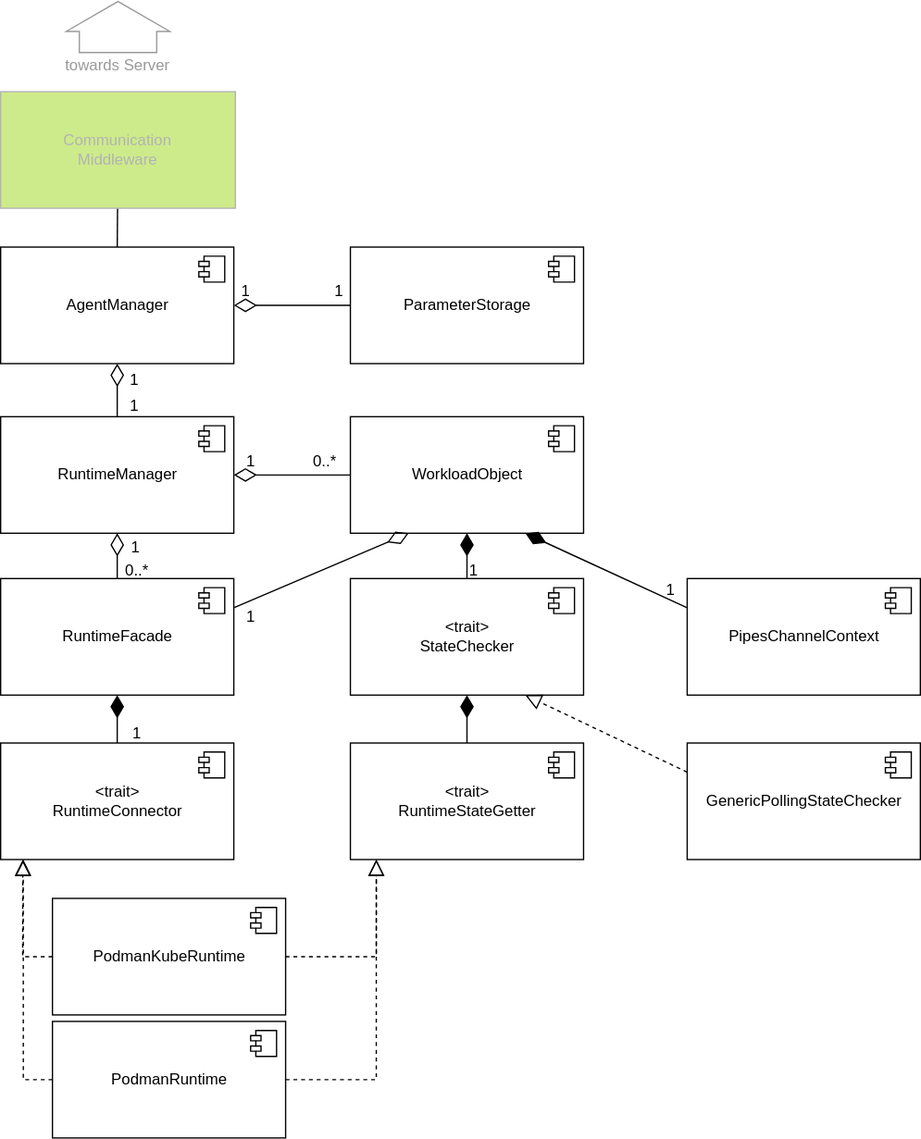
The draw.io diagram agent/doc/swdesign/drawio/unit_overview.drawio.svg in eclipse-ankaios/ankaios, before a commit. Source tidied: cells renumbered, new cells last; positions are measured from the earlier drawing's top-left corner, leaving out a move shared by most shapes.
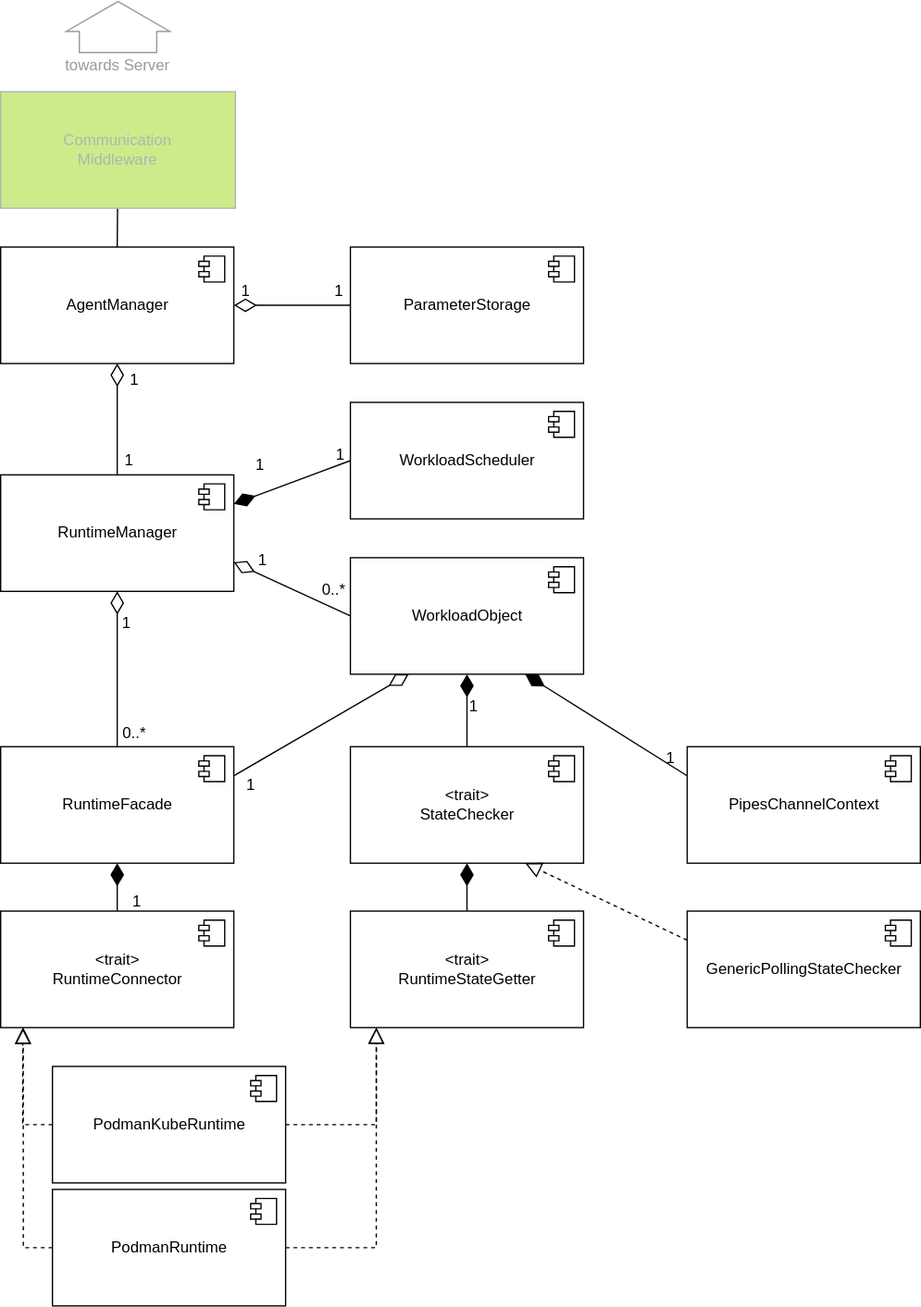
Above is the later version.

Commit message:
Add workload scheduler to unit overview

Change to the diagram source:
```diff
@@ -3,7 +3,7 @@
     <mxCell id="0" />
     <mxCell id="1" parent="0" />
     <mxCell id="2" value="AgentManager" style="html=1;" parent="1" vertex="1">
-      <mxGeometry y="210" width="180" height="90" as="geometry" />
+      <mxGeometry x="20" y="90" width="180" height="90" as="geometry" />
     </mxCell>
     <mxCell id="3" style="shape=module;jettyWidth=8;jettyHeight=4;" parent="2" vertex="1">
       <mxGeometry x="1" width="20" height="20" relative="1" as="geometry">
@@ -11,7 +11,7 @@
       </mxGeometry>
     </mxCell>
     <mxCell id="4" value="RuntimeManager" style="html=1;" parent="1" vertex="1">
-      <mxGeometry y="341" width="180" height="90" as="geometry" />
+      <mxGeometry x="20" y="266" width="180" height="90" as="geometry" />
     </mxCell>
     <mxCell id="5" style="shape=module;jettyWidth=8;jettyHeight=4;" parent="4" vertex="1">
       <mxGeometry x="1" width="20" height="20" relative="1" as="geometry">
@@ -19,7 +19,7 @@
       </mxGeometry>
     </mxCell>
     <mxCell id="6" value="RuntimeFacade" style="html=1;" parent="1" vertex="1">
-      <mxGeometry y="466" width="180" height="90" as="geometry" />
+      <mxGeometry x="20" y="476" width="180" height="90" as="geometry" />
     </mxCell>
     <mxCell id="7" style="shape=module;jettyWidth=8;jettyHeight=4;" parent="6" vertex="1">
       <mxGeometry x="1" width="20" height="20" relative="1" as="geometry">
@@ -30,7 +30,7 @@
       <mxGeometry relative="1" as="geometry" />
     </mxCell>
     <mxCell id="9" value="&amp;lt;trait&amp;gt;&lt;br&gt;RuntimeConnector" style="html=1;" parent="1" vertex="1">
-      <mxGeometry y="593" width="180" height="90" as="geometry" />
+      <mxGeometry x="20" y="603" width="180" height="90" as="geometry" />
     </mxCell>
     <mxCell id="10" style="shape=module;jettyWidth=8;jettyHeight=4;" parent="9" vertex="1">
       <mxGeometry x="1" width="20" height="20" relative="1" as="geometry">
@@ -41,7 +41,7 @@
       <mxGeometry relative="1" as="geometry" />
     </mxCell>
     <mxCell id="12" value="PodmanRuntime" style="html=1;" parent="1" vertex="1">
-      <mxGeometry x="40" y="808" width="180" height="90" as="geometry" />
+      <mxGeometry x="60" y="818" width="180" height="90" as="geometry" />
     </mxCell>
     <mxCell id="13" style="shape=module;jettyWidth=8;jettyHeight=4;" parent="12" vertex="1">
       <mxGeometry x="1" width="20" height="20" relative="1" as="geometry">
@@ -49,7 +49,7 @@
       </mxGeometry>
     </mxCell>
     <mxCell id="14" value="PodmanKubeRuntime" style="html=1;" parent="1" vertex="1">
-      <mxGeometry x="40" y="713" width="180" height="90" as="geometry" />
+      <mxGeometry x="60" y="723" width="180" height="90" as="geometry" />
     </mxCell>
     <mxCell id="15" style="shape=module;jettyWidth=8;jettyHeight=4;" parent="14" vertex="1">
       <mxGeometry x="1" width="20" height="20" relative="1" as="geometry">
@@ -62,26 +62,26 @@
     <mxCell id="17" style="edgeStyle=none;html=1;startArrow=none;startFill=0;endArrow=block;endFill=0;startSize=15;endSize=10;dashed=1;exitX=0;exitY=0.5;exitDx=0;exitDy=0;rounded=0;entryX=0.095;entryY=1.001;entryDx=0;entryDy=0;entryPerimeter=0;" parent="1" edge="1" source="14" target="9">
       <mxGeometry relative="1" as="geometry">
         <Array as="points">
-          <mxPoint x="17" y="758" />
+          <mxPoint x="37" y="768" />
         </Array>
       </mxGeometry>
     </mxCell>
     <mxCell id="18" value="WorkloadObject" style="html=1;" parent="1" vertex="1">
-      <mxGeometry x="270" y="341" width="180" height="90" as="geometry" />
+      <mxGeometry x="290" y="330" width="180" height="90" as="geometry" />
     </mxCell>
     <mxCell id="19" style="shape=module;jettyWidth=8;jettyHeight=4;" parent="18" vertex="1">
       <mxGeometry x="1" width="20" height="20" relative="1" as="geometry">
         <mxPoint x="-27" y="7" as="offset" />
       </mxGeometry>
     </mxCell>
-    <mxCell id="20" style="edgeStyle=none;html=1;entryX=0;entryY=0.5;entryDx=0;entryDy=0;startArrow=diamondThin;startFill=0;endArrow=none;endFill=0;startSize=15;endSize=10;exitX=1;exitY=0.5;exitDx=0;exitDy=0;" parent="1" edge="1" source="4" target="18">
+    <mxCell id="20" style="edgeStyle=none;html=1;entryX=0;entryY=0.5;entryDx=0;entryDy=0;startArrow=diamondThin;startFill=0;endArrow=none;endFill=0;startSize=15;endSize=10;exitX=1;exitY=0.75;exitDx=0;exitDy=0;" parent="1" edge="1" source="4" target="18">
       <mxGeometry relative="1" as="geometry" />
     </mxCell>
     <mxCell id="21" style="edgeStyle=none;html=1;entryX=1;entryY=0.25;entryDx=0;entryDy=0;startArrow=diamondThin;startFill=0;endArrow=none;endFill=0;startSize=15;endSize=10;exitX=0.25;exitY=1;exitDx=0;exitDy=0;" parent="1" edge="1" source="18" target="6">
       <mxGeometry relative="1" as="geometry" />
     </mxCell>
     <mxCell id="22" value="&amp;lt;trait&amp;gt;&lt;br&gt;StateChecker" style="html=1;" parent="1" vertex="1">
-      <mxGeometry x="270" y="466" width="180" height="90" as="geometry" />
+      <mxGeometry x="290" y="476" width="180" height="90" as="geometry" />
     </mxCell>
     <mxCell id="23" style="shape=module;jettyWidth=8;jettyHeight=4;" parent="22" vertex="1">
       <mxGeometry x="1" width="20" height="20" relative="1" as="geometry">
@@ -92,7 +92,7 @@
       <mxGeometry relative="1" as="geometry" />
     </mxCell>
     <mxCell id="25" value="&amp;lt;trait&amp;gt;&lt;br&gt;RuntimeStateGetter" style="html=1;" parent="1" vertex="1">
-      <mxGeometry x="270" y="593" width="180" height="90" as="geometry" />
+      <mxGeometry x="290" y="603" width="180" height="90" as="geometry" />
     </mxCell>
     <mxCell id="26" style="shape=module;jettyWidth=8;jettyHeight=4;" parent="25" vertex="1">
       <mxGeometry x="1" width="20" height="20" relative="1" as="geometry">
@@ -104,19 +104,19 @@
     </mxCell>
     <mxCell id="28" style="edgeStyle=orthogonalEdgeStyle;html=1;startArrow=none;startFill=0;endArrow=block;endFill=0;startSize=15;endSize=10;dashed=1;exitX=1;exitY=0.5;exitDx=0;exitDy=0;rounded=0;" parent="1" edge="1" source="12">
       <mxGeometry relative="1" as="geometry">
-        <mxPoint x="290" y="683" as="targetPoint" />
+        <mxPoint x="310" y="693" as="targetPoint" />
       </mxGeometry>
     </mxCell>
     <mxCell id="29" style="edgeStyle=orthogonalEdgeStyle;html=1;startArrow=none;startFill=0;endArrow=block;endFill=0;startSize=15;endSize=10;entryX=0.098;entryY=1.013;entryDx=0;entryDy=0;dashed=1;exitX=1;exitY=0.5;exitDx=0;exitDy=0;rounded=0;entryPerimeter=0;" parent="1" edge="1" source="14">
       <mxGeometry relative="1" as="geometry">
-        <mxPoint x="290" y="683" as="targetPoint" />
+        <mxPoint x="310" y="693" as="targetPoint" />
       </mxGeometry>
     </mxCell>
     <mxCell id="30" style="edgeStyle=none;html=1;entryX=0.5;entryY=0;entryDx=0;entryDy=0;startArrow=diamondThin;startFill=0;endArrow=none;endFill=0;startSize=15;endSize=10;exitX=0.5;exitY=1;exitDx=0;exitDy=0;" parent="1" edge="1" source="2" target="4">
       <mxGeometry relative="1" as="geometry" />
     </mxCell>
     <mxCell id="31" value="PipesChannelContext" style="html=1;" parent="1" vertex="1">
-      <mxGeometry x="530" y="466" width="180" height="90" as="geometry" />
+      <mxGeometry x="550" y="476" width="180" height="90" as="geometry" />
     </mxCell>
     <mxCell id="32" style="shape=module;jettyWidth=8;jettyHeight=4;" parent="31" vertex="1">
       <mxGeometry x="1" width="20" height="20" relative="1" as="geometry">
@@ -127,7 +127,7 @@
       <mxGeometry relative="1" as="geometry" />
     </mxCell>
     <mxCell id="34" value="GenericPollingStateChecker" style="html=1;" parent="1" vertex="1">
-      <mxGeometry x="530" y="593" width="180" height="90" as="geometry" />
+      <mxGeometry x="550" y="603" width="180" height="90" as="geometry" />
     </mxCell>
     <mxCell id="35" style="shape=module;jettyWidth=8;jettyHeight=4;" parent="34" vertex="1">
       <mxGeometry x="1" width="20" height="20" relative="1" as="geometry">
@@ -138,49 +138,49 @@
       <mxGeometry relative="1" as="geometry" />
     </mxCell>
     <mxCell id="37" value="0..*" style="text;html=1;align=center;verticalAlign=middle;strokeColor=none;fillColor=none;" parent="1" vertex="1">
-      <mxGeometry x="230" y="361" width="40" height="30" as="geometry" />
+      <mxGeometry x="257" y="340" width="40" height="30" as="geometry" />
     </mxCell>
     <mxCell id="38" value="0..*" style="text;html=1;align=center;verticalAlign=middle;strokeColor=none;fillColor=none;" parent="1" vertex="1">
-      <mxGeometry x="85" y="445" width="40" height="30" as="geometry" />
+      <mxGeometry x="103" y="451" width="40" height="30" as="geometry" />
     </mxCell>
     <mxCell id="39" value="1" style="text;html=1;align=center;verticalAlign=middle;strokeColor=none;fillColor=none;" parent="1" vertex="1">
-      <mxGeometry x="89" y="427" width="30" height="30" as="geometry" />
+      <mxGeometry x="102" y="366" width="30" height="30" as="geometry" />
     </mxCell>
     <mxCell id="40" value="1" style="text;html=1;align=center;verticalAlign=middle;strokeColor=none;fillColor=none;" parent="1" vertex="1">
-      <mxGeometry x="88" y="318" width="30" height="30" as="geometry" />
+      <mxGeometry x="104" y="240" width="30" height="30" as="geometry" />
     </mxCell>
     <mxCell id="41" value="1" style="text;html=1;align=center;verticalAlign=middle;strokeColor=none;fillColor=none;" parent="1" vertex="1">
-      <mxGeometry x="88" y="298" width="30" height="30" as="geometry" />
+      <mxGeometry x="108" y="178" width="30" height="30" as="geometry" />
     </mxCell>
     <mxCell id="42" value="1" style="text;html=1;align=center;verticalAlign=middle;strokeColor=none;fillColor=none;" parent="1" vertex="1">
-      <mxGeometry x="178" y="361" width="30" height="30" as="geometry" />
+      <mxGeometry x="205" y="244" width="30" height="30" as="geometry" />
     </mxCell>
     <mxCell id="43" value="1" style="text;html=1;align=center;verticalAlign=middle;strokeColor=none;fillColor=none;" parent="1" vertex="1">
-      <mxGeometry x="178" y="481" width="30" height="30" as="geometry" />
+      <mxGeometry x="198" y="491" width="30" height="30" as="geometry" />
     </mxCell>
     <mxCell id="44" value="1" style="text;html=1;align=center;verticalAlign=middle;strokeColor=none;fillColor=none;" parent="1" vertex="1">
-      <mxGeometry x="350" y="445" width="30" height="30" as="geometry" />
+      <mxGeometry x="370" y="430" width="30" height="30" as="geometry" />
     </mxCell>
     <mxCell id="45" value="1" style="text;html=1;align=center;verticalAlign=middle;strokeColor=none;fillColor=none;" parent="1" vertex="1">
-      <mxGeometry x="90" y="571" width="30" height="30" as="geometry" />
+      <mxGeometry x="110" y="581" width="30" height="30" as="geometry" />
     </mxCell>
     <mxCell id="46" value="1" style="text;html=1;align=center;verticalAlign=middle;strokeColor=none;fillColor=none;" parent="1" vertex="1">
-      <mxGeometry x="502" y="460" width="30" height="30" as="geometry" />
+      <mxGeometry x="522" y="470" width="30" height="30" as="geometry" />
     </mxCell>
     <mxCell id="47" style="edgeStyle=none;html=1;entryX=0.5;entryY=0;entryDx=0;entryDy=0;endArrow=none;endFill=0;" parent="1" edge="1" source="48" target="2">
       <mxGeometry relative="1" as="geometry" />
     </mxCell>
     <mxCell id="48" value="Communication&lt;br&gt;Middleware" style="rounded=0;whiteSpace=wrap;html=1;fillColor=#cdeb8b;strokeColor=#B3B3B3;fontColor=#B3B3B3;" parent="1" vertex="1">
-      <mxGeometry y="90" width="181.2" height="90" as="geometry" />
+      <mxGeometry x="20" y="-30" width="181.2" height="90" as="geometry" />
     </mxCell>
     <mxCell id="49" style="shape=singleArrow;direction=east;whiteSpace=wrap;html=1;arrowWidth=0.7464285714285722;arrowSize=0.5870841487279863;strokeColor=#999999;rotation=-90;" parent="1" vertex="1">
-      <mxGeometry x="70.9" width="39.4" height="80" as="geometry" />
+      <mxGeometry x="90.9" y="-120" width="39.4" height="80" as="geometry" />
     </mxCell>
     <mxCell id="50" value="&lt;font color=&quot;#999999&quot;&gt;towards Server&lt;/font&gt;" style="text;html=1;align=center;verticalAlign=middle;fontColor=#9999999999999;" parent="1" vertex="1">
-      <mxGeometry x="40" y="60" width="100" height="20" as="geometry" />
+      <mxGeometry x="60" y="-60" width="100" height="20" as="geometry" />
     </mxCell>
     <mxCell id="51" value="&lt;span style=&quot;&quot;&gt;ParameterStorage&lt;/span&gt;" style="html=1;" parent="1" vertex="1">
-      <mxGeometry x="270" y="210" width="180" height="90" as="geometry" />
+      <mxGeometry x="290" y="90" width="180" height="90" as="geometry" />
     </mxCell>
     <mxCell id="52" style="shape=module;jettyWidth=8;jettyHeight=4;" parent="51" vertex="1">
       <mxGeometry x="1" width="20" height="20" relative="1" as="geometry">
@@ -191,10 +191,27 @@
       <mxGeometry relative="1" as="geometry" />
     </mxCell>
     <mxCell id="54" value="1" style="text;html=1;align=center;verticalAlign=middle;strokeColor=none;fillColor=none;" parent="1" vertex="1">
-      <mxGeometry x="174" y="229" width="30" height="30" as="geometry" />
+      <mxGeometry x="194" y="109" width="30" height="30" as="geometry" />
     </mxCell>
     <mxCell id="55" value="1" style="text;html=1;align=center;verticalAlign=middle;strokeColor=none;fillColor=none;" parent="1" vertex="1">
-      <mxGeometry x="246" y="229" width="30" height="30" as="geometry" />
+      <mxGeometry x="266" y="109" width="30" height="30" as="geometry" />
     </mxCell>
+    <mxCell id="56" value="WorkloadScheduler" style="html=1;" parent="1" vertex="1">
+      <mxGeometry x="290" y="210" width="180" height="90" as="geometry" />
+    </mxCell>
+    <mxCell id="57" style="shape=module;jettyWidth=8;jettyHeight=4;" parent="56" vertex="1">
+      <mxGeometry x="1" width="20" height="20" relative="1" as="geometry">
+        <mxPoint x="-27" y="7" as="offset" />
+      </mxGeometry>
+    </mxCell>
+    <mxCell id="58" style="edgeStyle=none;html=1;entryX=0;entryY=0.5;entryDx=0;entryDy=0;startArrow=diamondThin;startFill=1;endArrow=none;endFill=0;startSize=15;endSize=10;exitX=1;exitY=0.25;exitDx=0;exitDy=0;" parent="1" edge="1" source="4" target="56">
+      <mxGeometry relative="1" as="geometry" />
+    </mxCell>
+    <mxCell id="59" value="1" style="text;html=1;align=center;verticalAlign=middle;strokeColor=none;fillColor=none;" parent="1" vertex="1">
+      <mxGeometry x="267" y="236" width="30" height="30" as="geometry" />
+    </mxCell>
+    <mxCell id="60" value="1" style="text;html=1;align=center;verticalAlign=middle;strokeColor=none;fillColor=none;" parent="1" vertex="1">
+      <mxGeometry x="207" y="317" width="30" height="30" as="geometry" />
+    </mxCell>
   </root>
 </mxGraphModel>
```
